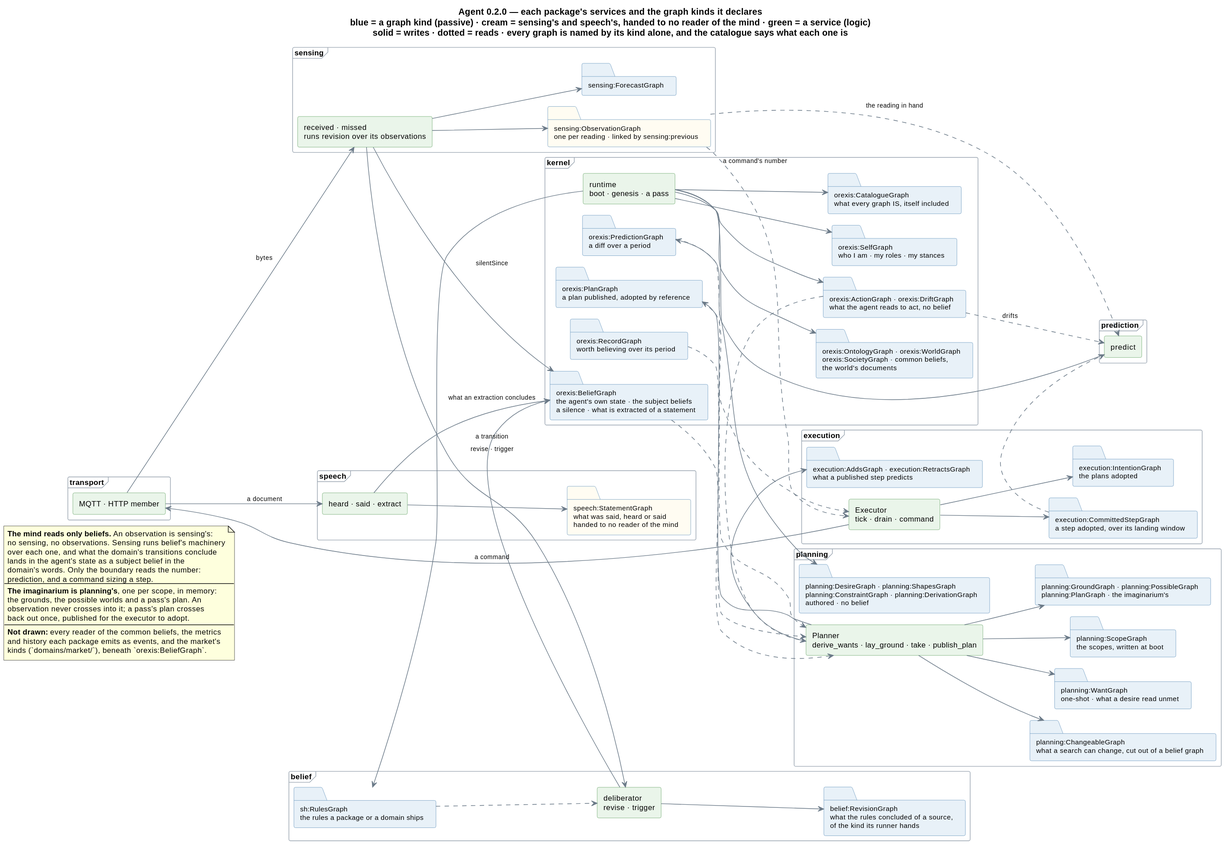
This is knowledge/diagrams/agent-structure.svg from ShishkinDmitriy/orexis, a PlantUML export, as it was before one commit.
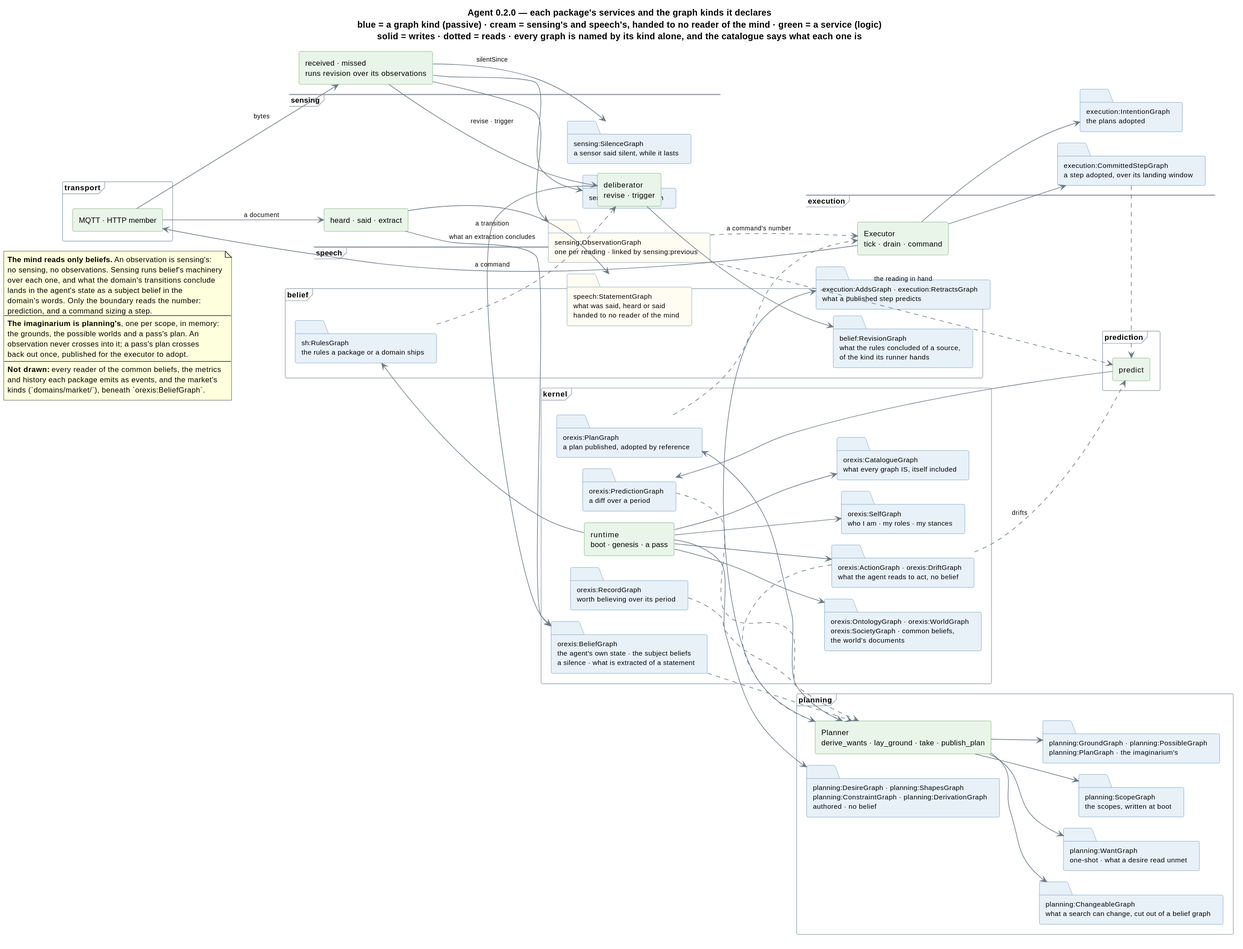
After the commit.

The edit, as a diff of the source:
```diff
@@ -31,6 +31,7 @@
   component "received · missed\nruns revision over its observations" as SEN
   folder "sensing:ObservationGraph\none per reading · linked by sensing:previous" as obs #FFFCF2
   folder "sensing:ForecastGraph" as fc
+  folder "sensing:SilenceGraph\na sensor said silent, while it lasts" as sil
 }
 
 frame "speech" {
@@ -87,7 +88,7 @@
 TR  --> SP : a document
 SEN --> obs
 SEN --> fc
-SEN --> st : silentSince
+SEN --> sil : silentSince
 SEN --> DEL : revise · trigger
 DEL --> rev
 DEL --> st : a transition
```
